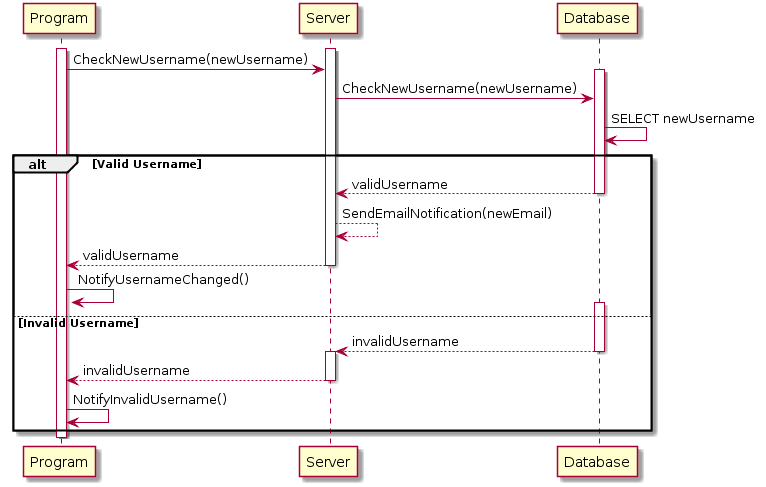
This is doc/SSRS/images/SequenceDiagrams/AuthenticationChangeUsername.png from cs383-4/sQuire, a PlantUML export, as it was before one commit. Its diagram source:
```plantuml
@startuml
Activate Program
Activate Server
Program -> Server : CheckNewUsername(newUsername)
Activate Database
Server -> Database : CheckNewUsername(newUsername)
Database -> Database : SELECT newUsername

alt Valid Username

    Database --> Server : validUsername
    Deactivate Database
    Server --> Server : SendEmailNotification(newEmail)
    Server --> Program : validUsername
    Deactivate Server
    Program -> Program : NotifyUsernameChanged()

else Invalid Username

    Activate Database
    Database --> Server : invalidUsername
    Deactivate Database
    Activate Server
    Server --> Program : invalidUsername
    Deactivate Server
    Program -> Program : NotifyInvalidUsername()
end

Deactivate Program
@enduml
```
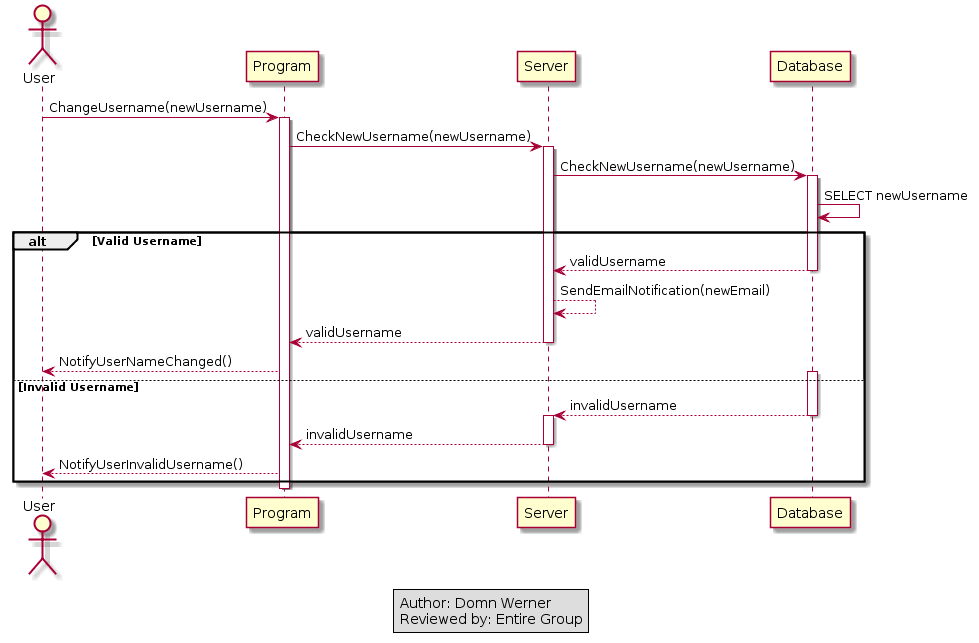
After the commit.

The edit, as a diff of the source:
```diff
@@ -1,9 +1,11 @@
 @startuml
+Actor User
+User -> Program : ChangeUsername(newUsername)
 Activate Program
+Program -> Server : CheckNewUsername(newUsername)
 Activate Server
-Program -> Server : CheckNewUsername(newUsername)
+Server -> Database : CheckNewUsername(newUsername)
 Activate Database
-Server -> Database : CheckNewUsername(newUsername)
 Database -> Database : SELECT newUsername
 
 alt Valid Username
@@ -13,7 +15,7 @@
     Server --> Server : SendEmailNotification(newEmail)
     Server --> Program : validUsername
     Deactivate Server
-    Program -> Program : NotifyUsernameChanged()
+    Program --> User : NotifyUserNameChanged()
 
 else Invalid Username
 
@@ -23,8 +25,13 @@
     Activate Server
     Server --> Program : invalidUsername
     Deactivate Server
-    Program -> Program : NotifyInvalidUsername()
+    Program --> User : NotifyUserInvalidUsername()
 end
 
 Deactivate Program
+
+legend center
+Author: Domn Werner
+Reviewed by: Entire Group
+end legend
 @enduml
```
